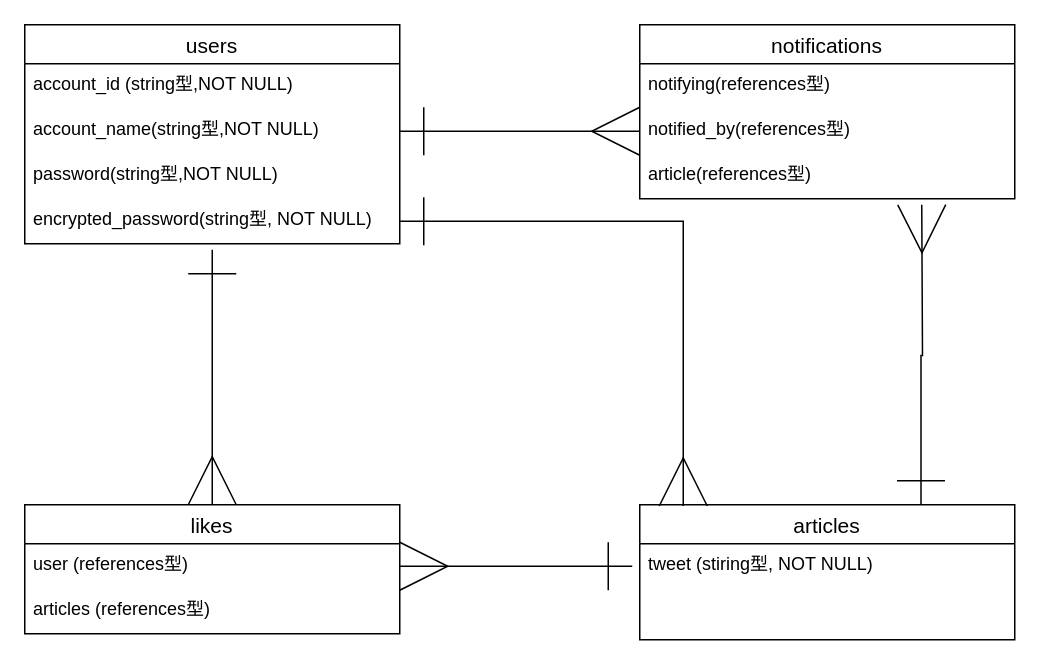
Earlier version of the draw.io diagram er.dio (ryo5515/minitweet-35521). Source tidied: cells renumbered, new cells numbered last; positions are measured from the earlier drawing's top-left corner, leaving out a move shared by most shapes. Both pictures are drawn from the tidied source at 150%, with x=0, y=0 at pixel (24, 24).
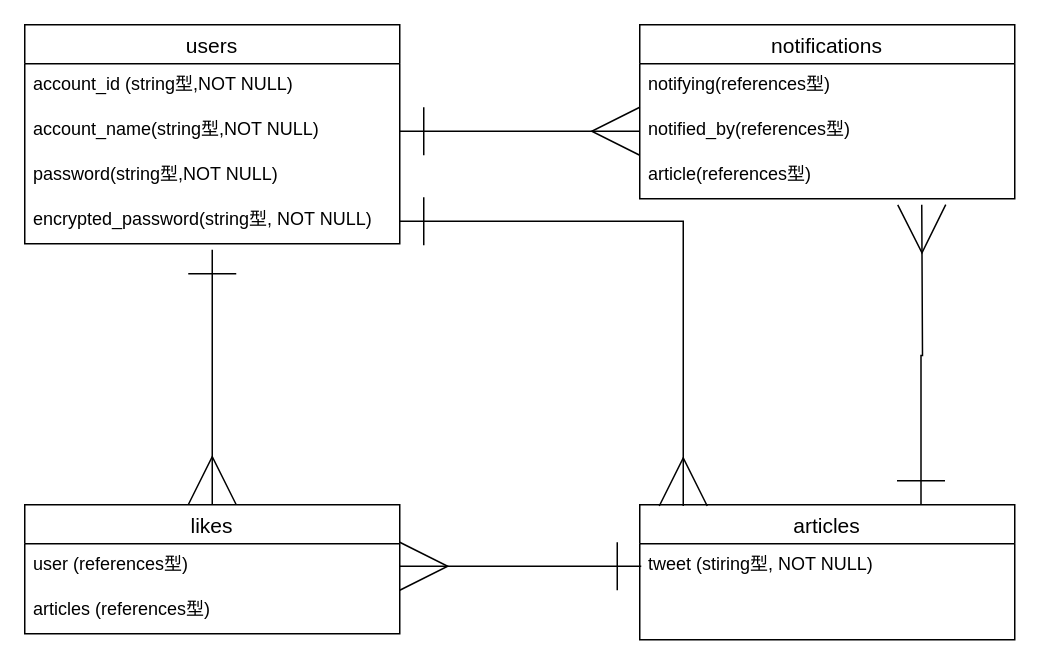
The same diagram, later.

Unchanged cells that the change refers to:
```xml
<mxCell id="9" value="tweet (stiring型, NOT NULL)" style="text;strokeColor=none;fillColor=none;spacingLeft=4;spacingRight=4;overflow=hidden;points=[[0,0.5],[1,0.5]];portConstraint=eastwest;fontSize=12;" parent="8" vertex="1">
  <mxGeometry y="26" width="250" height="64" as="geometry" />
</mxCell>
<mxCell id="12" value="user (references型)" style="text;strokeColor=none;fillColor=none;spacingLeft=4;spacingRight=4;overflow=hidden;points=[[0,0.5],[1,0.5]];portConstraint=eastwest;fontSize=12;" parent="11" vertex="1">
  <mxGeometry y="26" width="250" height="30" as="geometry" />
</mxCell>
```

What changed in the source:
```diff
@@
-    <mxCell id="20" style="edgeStyle=orthogonalEdgeStyle;rounded=0;jettySize=auto;html=1;exitX=1;exitY=0.5;exitDx=0;exitDy=0;entryX=-0.02;entryY=0.234;entryDx=0;entryDy=0;entryPerimeter=0;startArrow=ERmany;startFill=0;startSize=30;endArrow=ERone;endFill=0;endSize=30;" parent="1" edge="1" source="12" target="9">
+    <mxCell id="20" style="edgeStyle=orthogonalEdgeStyle;rounded=0;jettySize=auto;html=1;exitX=1;exitY=0.5;exitDx=0;exitDy=0;entryX=0.004;entryY=0.234;entryDx=0;entryDy=0;entryPerimeter=0;startArrow=ERmany;startFill=0;startSize=30;endArrow=ERone;endFill=0;endSize=30;" parent="1" edge="1" source="12" target="9">
       <mxGeometry relative="1" as="geometry" />
     </mxCell>
```
